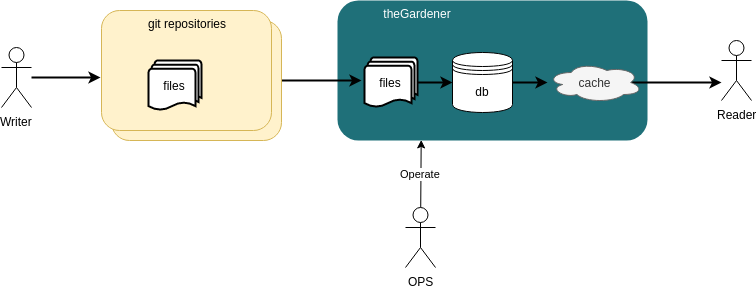
The draw.io diagram documentation/assets/images/theGardener_role_ops_operate.png in KelkooGroup/theGardener, before a commit. Source tidied: cells renumbered, new cells last; positions are measured from the earlier drawing's top-left corner, leaving out a move shared by most shapes.
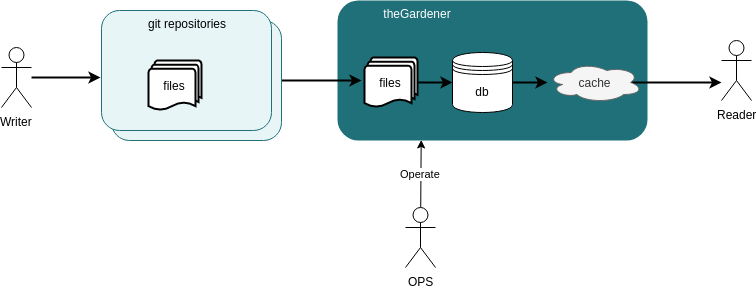
The same file after the commit.

The edit, as a diff of the source:
```diff
@@ -10,7 +10,7 @@
         <mxPoint x="360" y="80" as="targetPoint" />
       </mxGeometry>
     </mxCell>
-    <mxCell id="4" style="rounded=1;whiteSpace=wrap;html=1;fillColor=#fff2cc;strokeColor=#d6b656;" parent="1" vertex="1">
+    <mxCell id="4" style="rounded=1;whiteSpace=wrap;html=1;fillColor=#E7F5F7;strokeColor=#1F7079;" parent="1" vertex="1">
       <mxGeometry x="110" y="20" width="170" height="120" as="geometry" />
     </mxCell>
     <mxCell id="5" style="edgeStyle=none;rounded=0;jettySize=auto;html=1;strokeWidth=2;" parent="1" edge="1" source="6" target="8">
@@ -28,7 +28,7 @@
     <mxCell id="9" value="&lt;div&gt;theGardener&lt;/div&gt;&lt;div&gt;&lt;br&gt;&lt;/div&gt;" style="text;html=1;strokeColor=none;fillColor=none;align=center;verticalAlign=middle;whiteSpace=wrap;rounded=0;fontColor=#FFFFFF;" parent="1" vertex="1">
       <mxGeometry x="396" y="10" width="40" height="20" as="geometry" />
     </mxCell>
-    <mxCell id="10" style="rounded=1;whiteSpace=wrap;html=1;fillColor=#fff2cc;strokeColor=#d6b656;" parent="1" vertex="1">
+    <mxCell id="10" style="rounded=1;whiteSpace=wrap;html=1;fillColor=#E7F5F7;strokeColor=#1F7079;" parent="1" vertex="1">
       <mxGeometry x="100" y="10" width="170" height="120" as="geometry" />
     </mxCell>
     <mxCell id="11" value="files" style="strokeWidth=2;html=1;shape=mxgraph.flowchart.multi-document;whiteSpace=wrap;" parent="1" vertex="1">
```
